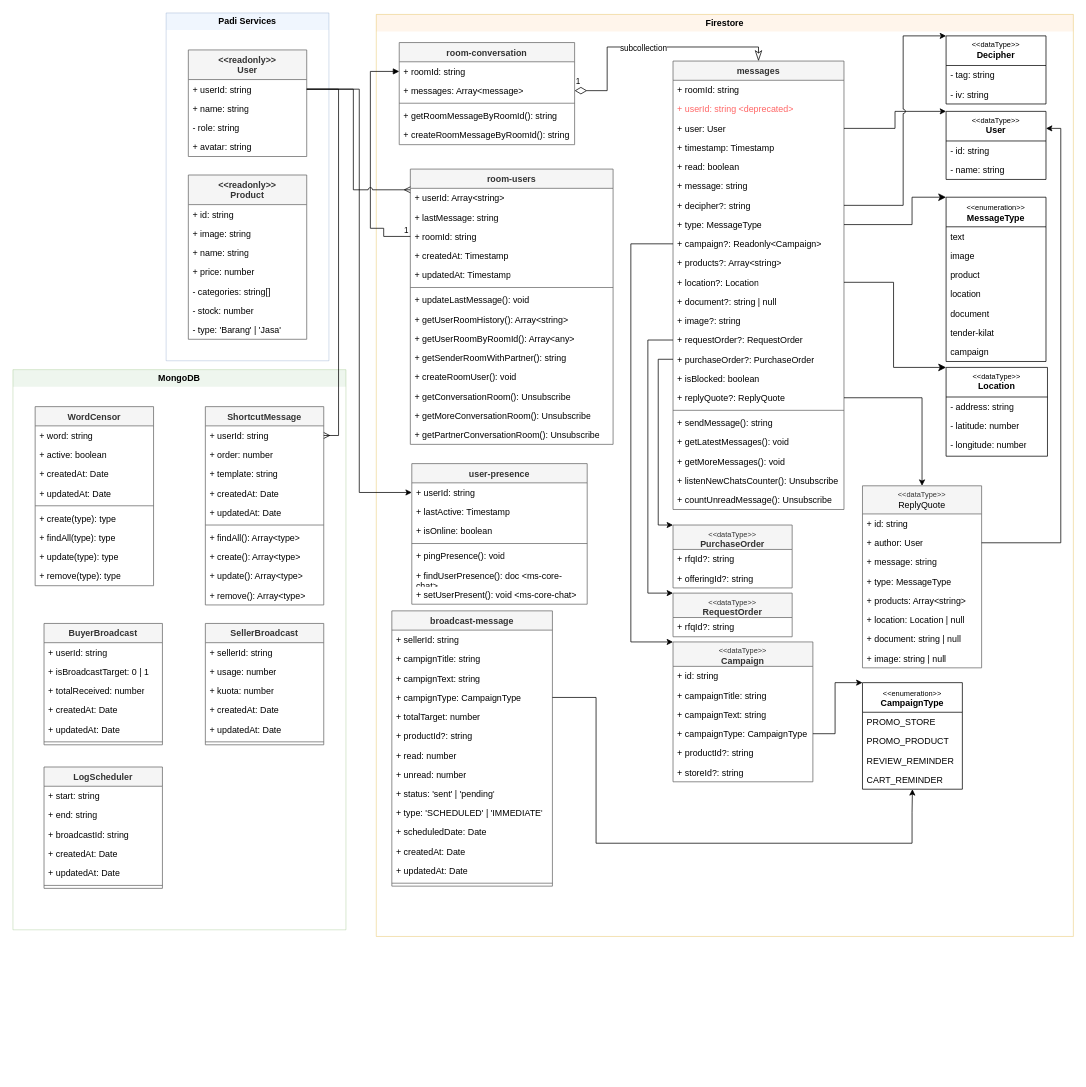
Earlier version of the draw.io diagram page "Class Diagram" (3 of 8) of System Design Padi Chat.drawio (yogiprsetya/app.diagrams.net). Source tidied: cells renumbered, new cells numbered last; positions are measured from the earlier drawing's top-left corner, leaving out a move shared by most shapes. Both pictures are drawn from the tidied source at 74%, with x=0, y=0 at pixel (13, 13).
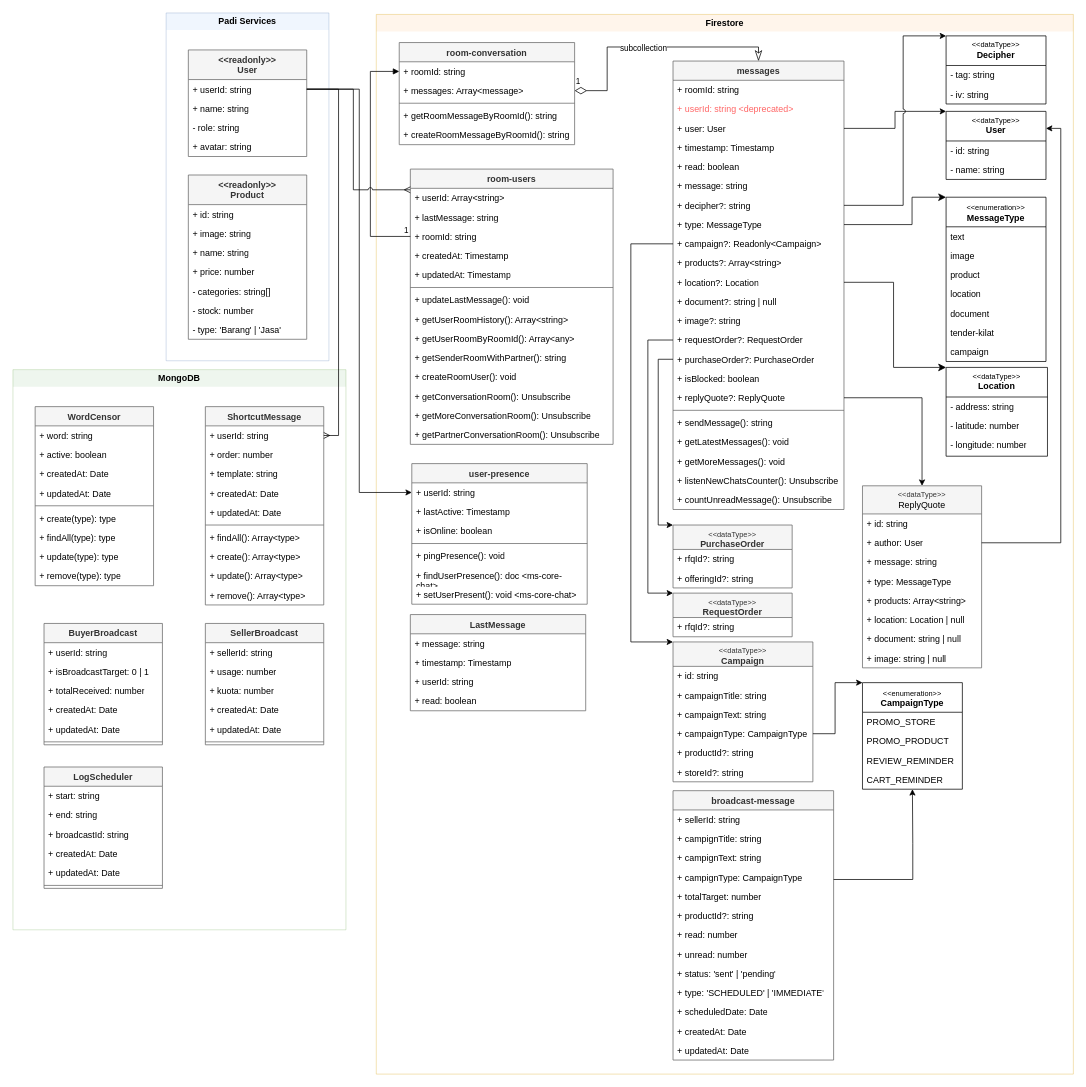
Above is the later version.

Unchanged cells that the change refers to:
```xml
<mxCell id="18" value="+ &lt;span class=&quot;database-key&quot;&gt;roomId&lt;/span&gt;: string" style="text;strokeColor=none;fillColor=none;align=left;verticalAlign=top;spacingLeft=4;spacingRight=4;overflow=hidden;points=[[0,0.5],[1,0.5]];portConstraint=eastwest;whiteSpace=wrap;html=1;" parent="15" vertex="1">
  <mxGeometry y="78" width="274" height="26" as="geometry" />
</mxCell>
<mxCell id="94" value="+ campignType: CampaignType" style="text;strokeColor=none;fillColor=none;align=left;verticalAlign=top;spacingLeft=4;spacingRight=4;overflow=hidden;points=[[0,0.5],[1,0.5]];portConstraint=eastwest;whiteSpace=wrap;html=1;" parent="90" vertex="1">
  <mxGeometry y="104" width="217" height="26" as="geometry" />
</mxCell>
<mxCell id="113" value="&lt;div&gt;&lt;span style=&quot;font-weight: normal;&quot;&gt;&lt;font style=&quot;font-size: 10px;&quot;&gt;&amp;lt;&amp;lt;enumeration&amp;gt;&amp;gt;&lt;/font&gt;&lt;/span&gt;&lt;/div&gt;&lt;div&gt;CampaignType&lt;/div&gt;" style="swimlane;fontStyle=1;align=center;verticalAlign=top;horizontal=1;startSize=40;whiteSpace=wrap;html=1;" parent="2" vertex="1">
  <mxGeometry x="657" y="903" width="135" height="144" as="geometry" />
</mxCell>
<mxCell id="121" value="+ &lt;span class=&quot;database-key&quot;&gt;roomId&lt;/span&gt;: string" style="text;strokeColor=none;fillColor=none;align=left;verticalAlign=top;spacingLeft=4;spacingRight=4;overflow=hidden;points=[[0,0.5],[1,0.5]];portConstraint=eastwest;whiteSpace=wrap;html=1;" parent="120" vertex="1">
  <mxGeometry y="26" width="237" height="26" as="geometry" />
</mxCell>
```

What changed in the source:
```diff
@@
     <mxCell id="2" value="Firestore" style="swimlane;whiteSpace=wrap;html=1;fillColor=#ffe6cc;strokeColor=#d79b00;swimlaneLine=0;opacity=40;" parent="1" vertex="1">
-      <mxGeometry x="491" y="2" width="942" height="1246" as="geometry" />
+      <mxGeometry x="491" y="2" width="942" height="1432" as="geometry" />
     </mxCell>
@@
     <mxCell id="90" value="broadcast-message" style="swimlane;fontStyle=1;align=center;verticalAlign=top;horizontal=1;startSize=26;whiteSpace=wrap;html=1;fillColor=#f5f5f5;fontColor=#333333;strokeColor=#666666;" parent="2" vertex="1">
-      <mxGeometry x="21" y="806" width="217" height="372" as="geometry" />
+      <mxGeometry x="401" y="1049" width="217" height="364" as="geometry" />
     </mxCell>
@@
-    <mxCell id="104" style="line;strokeWidth=1;fillColor=none;align=left;verticalAlign=middle;spacingTop=-1;spacingLeft=3;spacingRight=3;labelPosition=right;strokeColor=inherit;" parent="90" vertex="1">
-      <mxGeometry y="364" width="217" height="8" as="geometry" />
-    </mxCell>
@@
     <mxCell id="119" style="edgeStyle=orthogonalEdgeStyle;rounded=0;jettySize=auto;html=1;entryX=0.5;entryY=1;entryDx=0;entryDy=0;" parent="2" edge="1" source="94" target="113">
       <mxGeometry relative="1" as="geometry">
         <Array as="points">
-          <mxPoint x="297" y="923" />
-          <mxPoint x="297" y="1120" />
-          <mxPoint x="724" y="1120" />
-          <mxPoint x="724" y="1078" />
-          <mxPoint x="725" y="1078" />
-          <mxPoint x="725" y="1047" />
+          <mxPoint x="725" y="1169" />
+          <mxPoint x="725" y="1120" />
         </Array>
       </mxGeometry>
     </mxCell>
+    <mxCell id="190" value="LastMessage" style="swimlane;fontStyle=1;align=center;verticalAlign=top;horizontal=1;startSize=26;whiteSpace=wrap;html=1;fillColor=#f5f5f5;fontColor=#333333;strokeColor=#666666;" parent="2" vertex="1">
+      <mxGeometry x="46" y="811" width="237" height="130" as="geometry" />
+    </mxCell>
+    <mxCell id="191" value="+ message: string" style="text;strokeColor=none;fillColor=none;align=left;verticalAlign=top;spacingLeft=4;spacingRight=4;overflow=hidden;whiteSpace=wrap;html=1;" parent="190" vertex="1">
+      <mxGeometry y="26" width="237" height="26" as="geometry" />
+    </mxCell>
+    <mxCell id="192" value="+ timestamp: Timestamp" style="text;strokeColor=none;fillColor=none;align=left;verticalAlign=top;spacingLeft=4;spacingRight=4;overflow=hidden;whiteSpace=wrap;html=1;" parent="190" vertex="1">
+      <mxGeometry y="52" width="237" height="26" as="geometry" />
+    </mxCell>
+    <mxCell id="193" value="+ userId: string" style="text;strokeColor=none;fillColor=none;align=left;verticalAlign=top;spacingLeft=4;spacingRight=4;overflow=hidden;whiteSpace=wrap;html=1;" parent="190" vertex="1">
+      <mxGeometry y="78" width="237" height="26" as="geometry" />
+    </mxCell>
+    <mxCell id="194" value="+ read: boolean" style="text;strokeColor=none;fillColor=none;align=left;verticalAlign=top;spacingLeft=4;spacingRight=4;overflow=hidden;whiteSpace=wrap;html=1;" parent="190" vertex="1">
+      <mxGeometry y="104" width="237" height="26" as="geometry" />
+    </mxCell>
@@
     <mxCell id="128" style="endArrow=block;endFill=1;html=1;edgeStyle=orthogonalEdgeStyle;align=left;verticalAlign=top;rounded=0;exitX=0;exitY=0.5;exitDx=0;exitDy=0;entryX=0;entryY=0.5;entryDx=0;entryDy=0;" parent="1" edge="1" source="18" target="121">
       <mxGeometry x="-0.89" y="11" relative="1" as="geometry">
         <Array as="points">
-          <mxPoint x="501" y="291" />
-          <mxPoint x="483" y="291" />
+          <mxPoint x="483" y="302" />
           <mxPoint x="483" y="79" />
         </Array>
       </mxGeometry>
     </mxCell>
```
